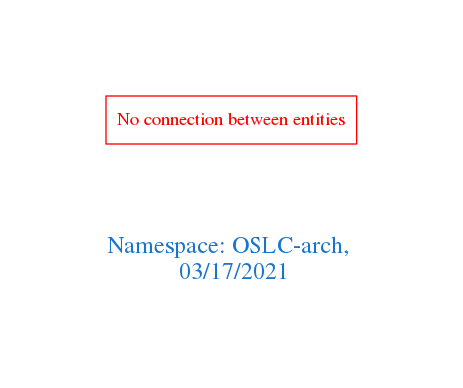
Before: downloads/OSLC-arch.png, a diagram exported from Graphviz (arago/OGIT). Its source is kept beside it as downloads/OSLC-arch.dot.
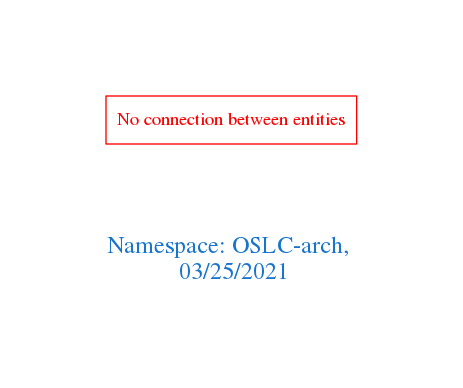
Above is the later version.

The edit, as a diff of the source:
```diff
@@ -1,7 +1,7 @@
 digraph OGIT_ontology {
  graph [ rankdir= LR,pad=1
 fontsize = 18,
-fontcolor= dodgerblue3,label = "\n\n\nNamespace: OSLC-arch, \n 03/17/2021"];
+fontcolor= dodgerblue3,label = "\n\n\nNamespace: OSLC-arch, \n 03/25/2021"];
 node[shape=polygon];
 edge [  color="gray81"];
 
```
